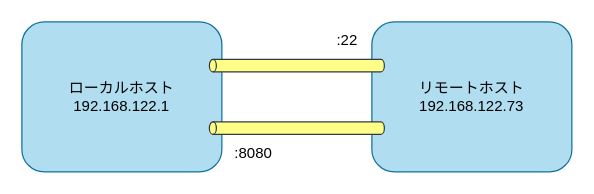
This is _static/image/ssh_portforwarding_socks.drawio from 9506hqwy/bash_study_notes, a draw.io file, before an edit. Source tidied: cells renumbered, new cells numbered last; positions are measured from the earlier drawing's top-left corner, leaving out a move shared by most shapes. Both pictures are drawn from the tidied source at 125%, with x=0, y=0 at pixel (21, 21).
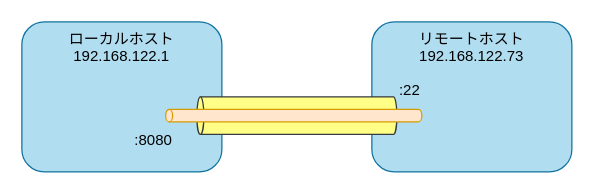
The same diagram, later.

What changed in the source:
```diff
@@
 <mxGraphModel>
   <root>
     <mxCell id="0" />
     <mxCell id="1" parent="0" />
-    <mxCell id="2" value="&lt;div&gt;ローカルホスト&lt;/div&gt;&lt;div&gt;192.168.122.1&lt;/div&gt;" style="rounded=1;whiteSpace=wrap;html=1;fillColor=#b1ddf0;strokeColor=#10739e;" parent="1" vertex="1">
+    <mxCell id="2" value="&lt;div&gt;ローカルホスト&lt;/div&gt;&lt;div&gt;192.168.122.1&lt;/div&gt;" style="rounded=1;whiteSpace=wrap;html=1;fillColor=#b1ddf0;strokeColor=#10739e;verticalAlign=top;" parent="1" vertex="1">
       <mxGeometry width="160" height="120" as="geometry" />
     </mxCell>
-    <mxCell id="3" value="&lt;div&gt;リモートホスト&lt;/div&gt;&lt;div&gt;192.168.122.73&lt;/div&gt;" style="rounded=1;whiteSpace=wrap;html=1;fillColor=#b1ddf0;strokeColor=#10739e;" parent="1" vertex="1">
+    <mxCell id="3" value="&lt;div&gt;リモートホスト&lt;/div&gt;&lt;div&gt;192.168.122.73&lt;/div&gt;" style="rounded=1;whiteSpace=wrap;html=1;fillColor=#b1ddf0;strokeColor=#10739e;verticalAlign=top;" parent="1" vertex="1">
       <mxGeometry x="280" width="160" height="120" as="geometry" />
     </mxCell>
     <mxCell id="4" style="shape=cylinder3;whiteSpace=wrap;html=1;boundedLbl=1;backgroundOutline=1;size=2.7931034482759856;direction=north;fillColor=#ffff88;strokeColor=#36393d;" parent="1" vertex="1">
-      <mxGeometry x="150" y="30" width="140" height="10" as="geometry" />
+      <mxGeometry x="140" y="60" width="160" height="30" as="geometry" />
     </mxCell>
-    <mxCell id="5" style="shape=cylinder3;whiteSpace=wrap;html=1;boundedLbl=1;backgroundOutline=1;size=2.7931034482759856;direction=north;fillColor=#ffff88;strokeColor=#36393d;" parent="1" vertex="1">
-      <mxGeometry x="150" y="80" width="140" height="10" as="geometry" />
+    <mxCell id="5" style="shape=cylinder3;whiteSpace=wrap;html=1;boundedLbl=1;backgroundOutline=1;size=2.7931034482759856;direction=north;fillColor=#ffe6cc;strokeColor=#d79b00;" parent="1" vertex="1">
+      <mxGeometry x="115" y="70" width="205" height="10" as="geometry" />
     </mxCell>
     <mxCell id="6" value=":22" style="text;html=1;align=center;verticalAlign=middle;strokeColor=none;fillColor=none;" parent="1" vertex="1">
-      <mxGeometry x="240" width="40" height="30" as="geometry" />
+      <mxGeometry x="290" y="40" width="40" height="30" as="geometry" />
     </mxCell>
     <mxCell id="7" value="&lt;div&gt;:8080&lt;/div&gt;" style="text;html=1;align=center;verticalAlign=middle;strokeColor=none;fillColor=none;" parent="1" vertex="1">
-      <mxGeometry x="160" y="90" width="50" height="30" as="geometry" />
+      <mxGeometry x="80" y="80" width="50" height="30" as="geometry" />
     </mxCell>
   </root>
 </mxGraphModel>
```
